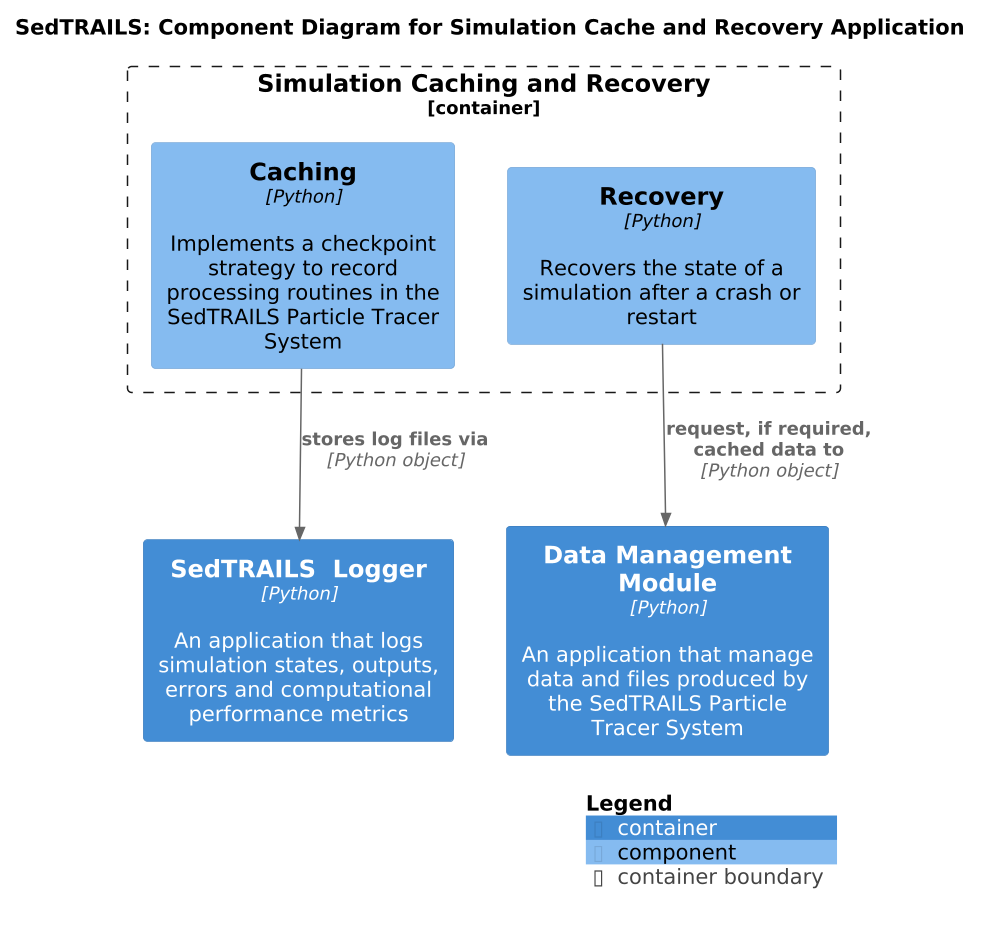
Before: docs/_static/img/architecture/SedtrailComponentsCache.png, a diagram exported from PlantUML (sgpearson17/sedtrails-sgp).
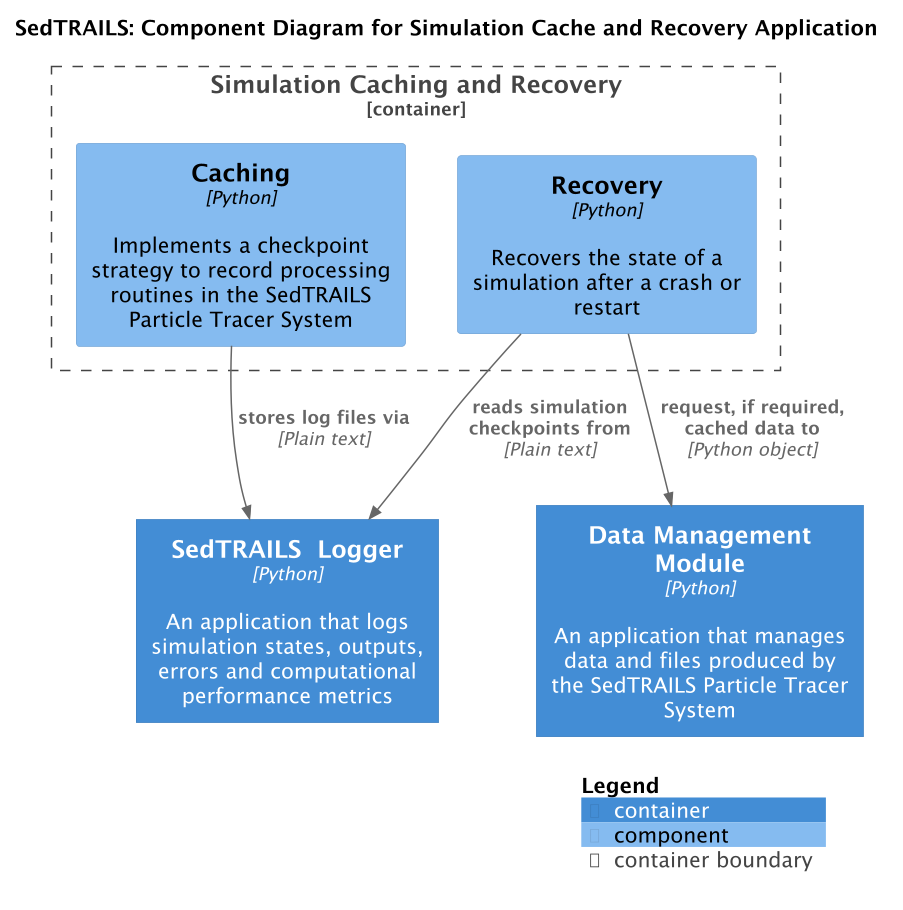
After the change.

The edit, as a diff of the source:
```diff
@@ -5,19 +5,17 @@
 title SedTRAILS: Component Diagram for Simulation Cache and Recovery Application
 scale 1.5
 
-Container(dataManager, "Data Management Module", "Python", "An application that manage data and files produced by the SedTRAILS Particle Tracer System")
-
+Container(dataManager, "Data Management Module", "Python", "An application that manages data and files produced by the SedTRAILS Particle Tracer System")
 Container(sedtrailsLogger, "SedTRAILS  Logger", "Python", "An application that logs simulation states, outputs, errors and computational performance metrics")
-
 Container_Boundary(cache, "Simulation Caching and Recovery", "Python", "Provides functionality to recover simulation output, allow restarts, and reusing simulation inputs and outputs"){
     Component(caching, "Caching", "Python", "Implements a checkpoint strategy to record processing routines in the SedTRAILS Particle Tracer System")
     Component(recovery, "Recovery", "Python", "Recovers the state of a simulation after a crash or restart")
 }
 
 Rel(recovery, dataManager , "request, if required, cached data to", "Python object")
+Rel(caching, sedtrailsLogger, "stores log files via", "Plain text")
+Rel(recovery, sedtrailsLogger, "reads simulation checkpoints from", "Plain text")
 
-
-Rel(caching, sedtrailsLogger, "stores log files via", "Python object")
 
 SHOW_LEGEND()
 @enduml
```
